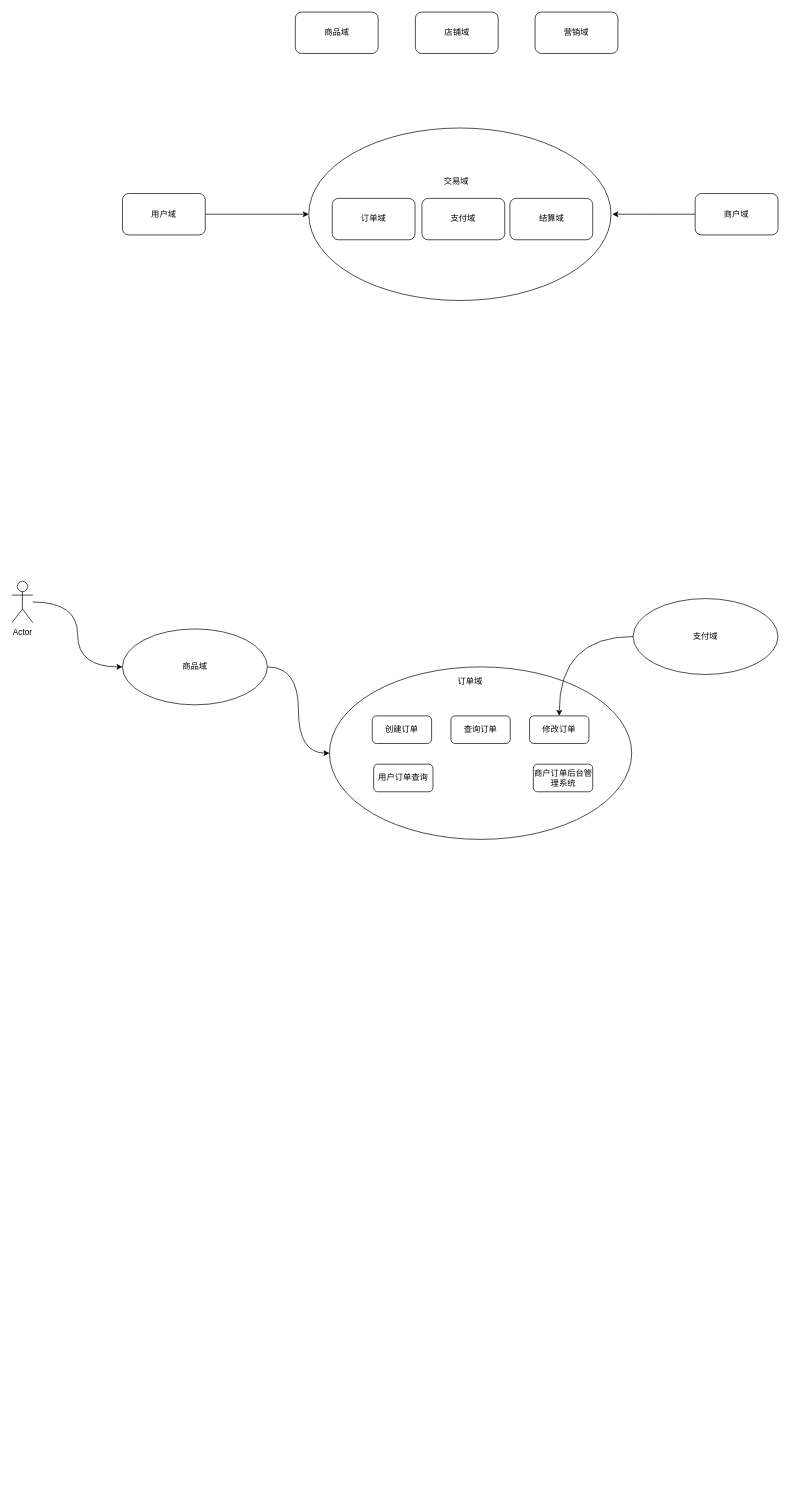
Above: page "第 2 页" (2 of 2) of storecard refund design.drawio in sevenDay2014/dtk (draw.io), before the change. Source tidied: cells renumbered, new cells numbered last; positions are measured from the earlier drawing's top-left corner, leaving out a move shared by most shapes. Both pictures are drawn from the tidied source at 69%, with x=0, y=0 at pixel (12, 12).
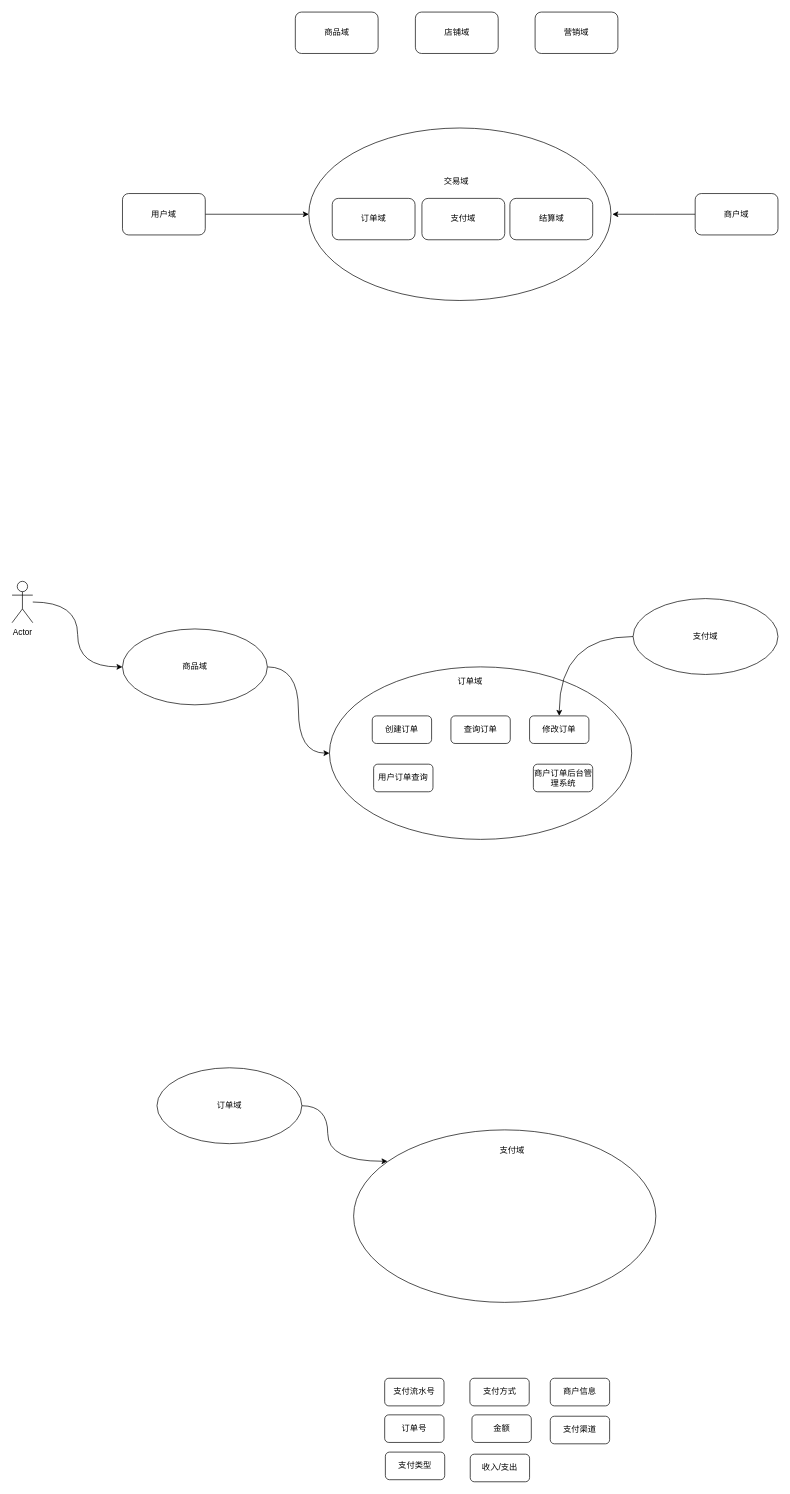
The same diagram, later.

Change to the diagram source:
```diff
@@
+    <mxCell id="27" style="ellipse;whiteSpace=wrap;html=1;labelPosition=center;verticalLabelPosition=middle;align=center;verticalAlign=middle;" parent="1" vertex="1">
+      <mxGeometry x="495" y="1620" width="438" height="250" as="geometry" />
+    </mxCell>
+    <mxCell id="28" value="支付域" style="text;html=1;strokeColor=none;fillColor=none;align=center;verticalAlign=middle;whiteSpace=wrap;rounded=0;" parent="1" vertex="1">
+      <mxGeometry x="704.5" y="1640" width="40" height="20" as="geometry" />
+    </mxCell>
+    <mxCell id="29" value="支付方式" style="rounded=1;whiteSpace=wrap;html=1;" parent="1" vertex="1">
+      <mxGeometry x="663.5" y="1980" width="86" height="40" as="geometry" />
+    </mxCell>
+    <mxCell id="30" style="edgeStyle=orthogonalEdgeStyle;curved=1;rounded=0;jettySize=auto;html=1;entryX=0.112;entryY=0.182;entryDx=0;entryDy=0;entryPerimeter=0;" parent="1" edge="1" source="31" target="27">
+      <mxGeometry relative="1" as="geometry" />
+    </mxCell>
+    <mxCell id="31" value="订单域" style="ellipse;whiteSpace=wrap;html=1;" parent="1" vertex="1">
+      <mxGeometry x="210" y="1530" width="210" height="110" as="geometry" />
+    </mxCell>
+    <mxCell id="32" value="商户信息" style="rounded=1;whiteSpace=wrap;html=1;" parent="1" vertex="1">
+      <mxGeometry x="780" y="1980" width="86" height="40" as="geometry" />
+    </mxCell>
+    <mxCell id="33" value="支付流水号" style="rounded=1;whiteSpace=wrap;html=1;" parent="1" vertex="1">
+      <mxGeometry x="540" y="1980" width="86" height="40" as="geometry" />
+    </mxCell>
+    <mxCell id="34" value="订单号" style="rounded=1;whiteSpace=wrap;html=1;" parent="1" vertex="1">
+      <mxGeometry x="540" y="2033" width="86" height="40" as="geometry" />
+    </mxCell>
+    <mxCell id="35" value="金额" style="rounded=1;whiteSpace=wrap;html=1;" parent="1" vertex="1">
+      <mxGeometry x="666.5" y="2033" width="86" height="40" as="geometry" />
+    </mxCell>
+    <mxCell id="36" value="支付渠道" style="rounded=1;whiteSpace=wrap;html=1;" parent="1" vertex="1">
+      <mxGeometry x="780" y="2035" width="86" height="40" as="geometry" />
+    </mxCell>
+    <mxCell id="37" value="支付类型" style="rounded=1;whiteSpace=wrap;html=1;" parent="1" vertex="1">
+      <mxGeometry x="541" y="2087" width="86" height="40" as="geometry" />
+    </mxCell>
+    <mxCell id="38" value="收入/支出" style="rounded=1;whiteSpace=wrap;html=1;" parent="1" vertex="1">
+      <mxGeometry x="664" y="2090" width="86" height="40" as="geometry" />
+    </mxCell>
```
